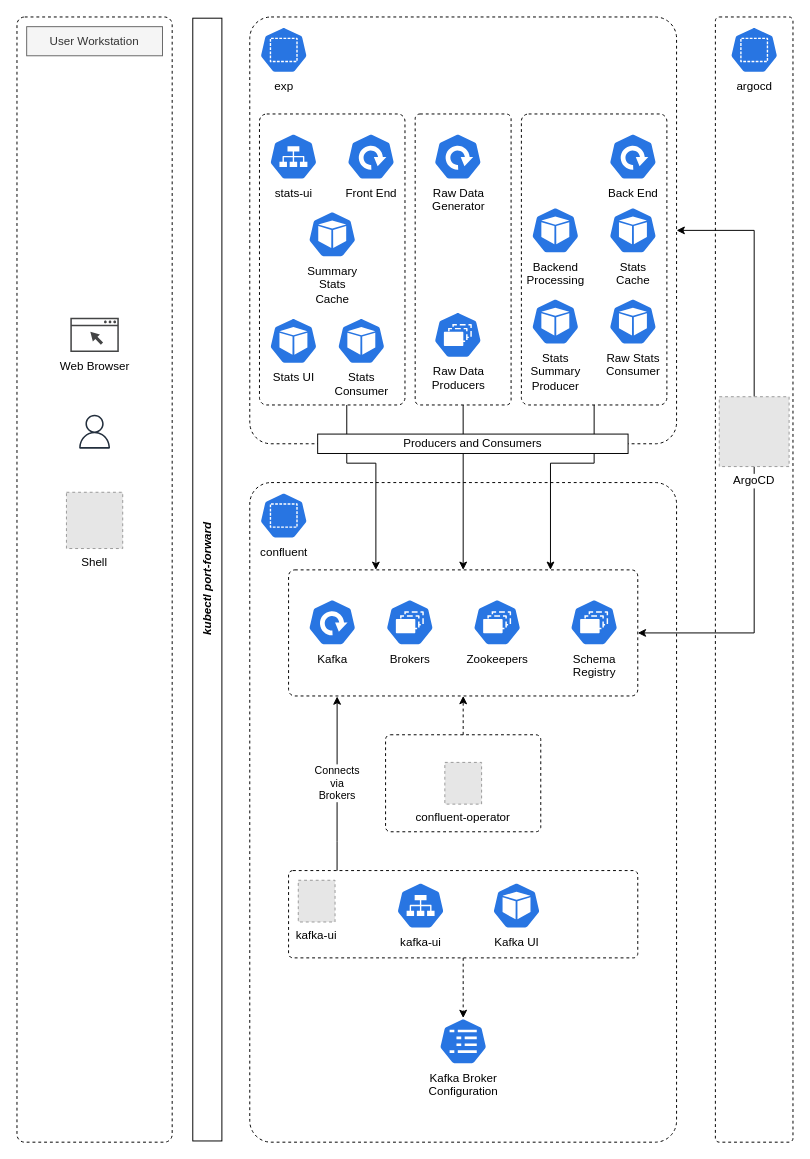
The draw.io diagram diagrams/experimental-design.drawio in nicc777/k8s-kafka-experiment, before the edit. Source tidied: cells renumbered, new cells numbered last; positions are measured from the earlier drawing's top-left corner, leaving out a move shared by most shapes. Both pictures are drawn from the tidied source at 97%, with x=0, y=0 at pixel (-354, 16). Pictures stored in the file or linked from it are replaced by grey dashed boxes.
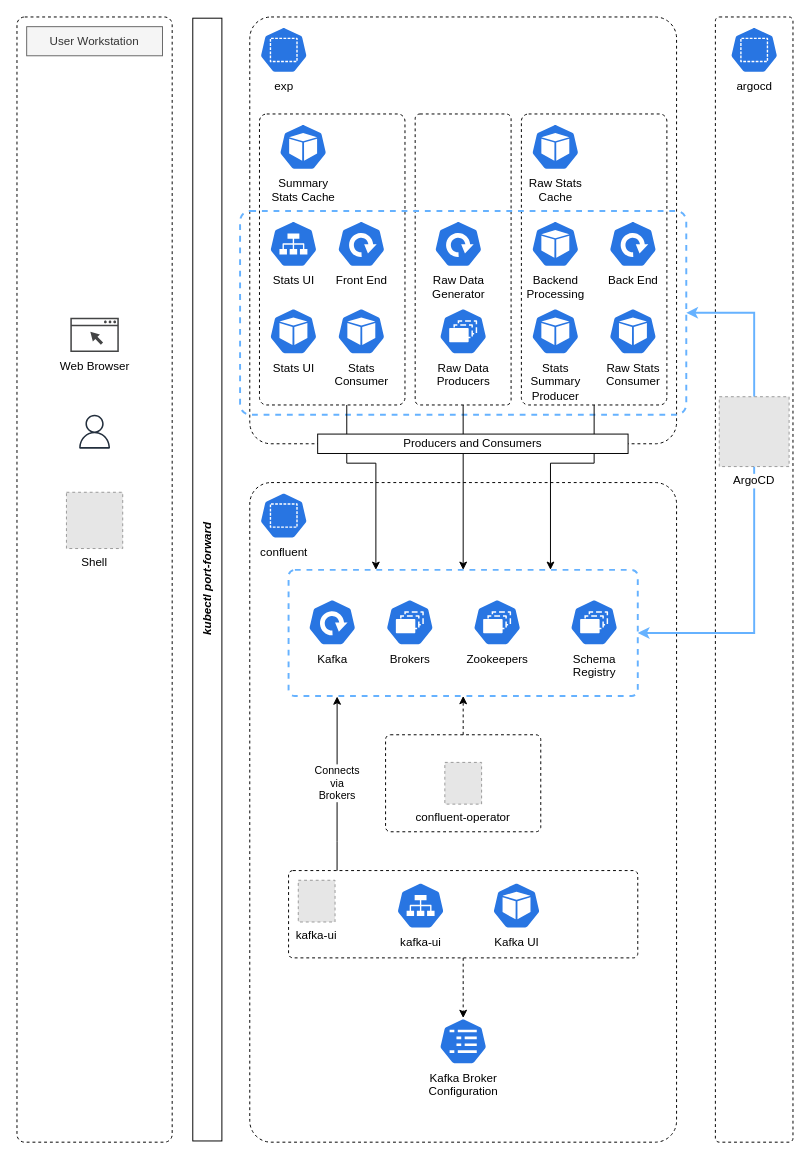
The same diagram, later.

The change refers to these unchanged cells:
```xml
<mxCell id="2" style="rounded=1;whiteSpace=wrap;html=1;arcSize=5;dashed=1;fillColor=none;" parent="1" vertex="1">
  <mxGeometry x="622" width="440" height="440" as="geometry" />
</mxCell>
<mxCell id="32" value="ArgoCD" style="fillColor=#E6E6E6;strokeColor=#999999;dashed=1;verticalLabelPosition=bottom;labelBackgroundColor=default;verticalAlign=top;" parent="1" vertex="1">
  <mxGeometry x="1106" y="391.5" width="72" height="72" as="geometry" />
</mxCell>
```

The edit, as a diff of the source:
```diff
@@
+    <mxCell id="5" style="rounded=1;whiteSpace=wrap;html=1;arcSize=5;dashed=1;fillColor=none;" parent="1" vertex="1">
+      <mxGeometry x="792.5" y="100" width="98.9" height="300" as="geometry" />
+    </mxCell>
+    <mxCell id="42" style="rounded=1;whiteSpace=wrap;html=1;arcSize=5;dashed=1;fillColor=none;" parent="1" vertex="1">
+      <mxGeometry x="902" y="100" width="150" height="300" as="geometry" />
+    </mxCell>
+    <mxCell id="51" style="rounded=1;whiteSpace=wrap;html=1;arcSize=5;dashed=1;fillColor=none;strokeColor=#66B2FF;strokeWidth=2;" parent="1" vertex="1">
+      <mxGeometry x="612" y="200" width="460" height="210" as="geometry" />
+    </mxCell>
@@
-    <mxCell id="5" style="rounded=1;whiteSpace=wrap;html=1;arcSize=5;dashed=1;fillColor=none;" parent="1" vertex="1">
-      <mxGeometry x="792.5" y="100" width="98.9" height="300" as="geometry" />
-    </mxCell>
@@
-    <mxCell id="11" style="rounded=1;whiteSpace=wrap;html=1;arcSize=5;dashed=1;fillColor=none;" parent="1" vertex="1">
+    <mxCell id="11" style="rounded=1;whiteSpace=wrap;html=1;arcSize=5;dashed=1;fillColor=none;strokeColor=#66B2FF;strokeWidth=2;" parent="1" vertex="1">
       <mxGeometry x="662" y="570" width="360" height="130" as="geometry" />
     </mxCell>
@@
     <mxCell id="14" value="Front End" style="sketch=0;html=1;dashed=0;whitespace=wrap;verticalLabelPosition=bottom;verticalAlign=top;fillColor=#2875E2;strokeColor=#ffffff;shape=mxgraph.kubernetes.icon2;prIcon=deploy;" parent="1" vertex="1">
-      <mxGeometry x="722" y="120" width="50" height="48" as="geometry" />
+      <mxGeometry x="712" y="210" width="50" height="48" as="geometry" />
     </mxCell>
-    <mxCell id="15" value="stats-ui" style="sketch=0;html=1;dashed=0;whitespace=wrap;verticalLabelPosition=bottom;verticalAlign=top;fillColor=#2875E2;strokeColor=#ffffff;shape=mxgraph.kubernetes.icon2;prIcon=svc;" parent="1" vertex="1">
-      <mxGeometry x="642" y="120" width="50" height="48" as="geometry" />
+    <mxCell id="15" value="Stats UI" style="sketch=0;html=1;dashed=0;whitespace=wrap;verticalLabelPosition=bottom;verticalAlign=top;fillColor=#2875E2;strokeColor=#ffffff;shape=mxgraph.kubernetes.icon2;prIcon=svc;" parent="1" vertex="1">
+      <mxGeometry x="642" y="210" width="50" height="48" as="geometry" />
     </mxCell>
@@
     <mxCell id="27" value="Stats UI" style="sketch=0;html=1;dashed=0;whitespace=wrap;verticalLabelPosition=bottom;verticalAlign=top;fillColor=#2875E2;strokeColor=#ffffff;shape=mxgraph.kubernetes.icon2;prIcon=pod;" parent="1" vertex="1">
-      <mxGeometry x="642" y="310" width="50" height="48" as="geometry" />
+      <mxGeometry x="642" y="300" width="50" height="48" as="geometry" />
     </mxCell>
@@
-    <mxCell id="30" style="edgeStyle=orthogonalEdgeStyle;rounded=0;jettySize=auto;html=1;entryX=1;entryY=0.5;entryDx=0;entryDy=0;" parent="1" edge="1" source="32" target="2">
-      <mxGeometry relative="1" as="geometry">
-        <Array as="points">
-          <mxPoint x="1142" y="220" />
-        </Array>
-      </mxGeometry>
-    </mxCell>
-    <mxCell id="31" style="edgeStyle=orthogonalEdgeStyle;rounded=0;jettySize=auto;html=1;entryX=1;entryY=0.5;entryDx=0;entryDy=0;" parent="1" edge="1" source="32" target="11">
+    <mxCell id="31" style="edgeStyle=orthogonalEdgeStyle;rounded=0;jettySize=auto;html=1;entryX=1;entryY=0.5;entryDx=0;entryDy=0;strokeColor=#66B2FF;strokeWidth=2;" parent="1" edge="1" source="32" target="11">
       <mxGeometry relative="1" as="geometry">
         <Array as="points">
           <mxPoint x="1142" y="635" />
         </Array>
       </mxGeometry>
     </mxCell>
+    <mxCell id="52" style="edgeStyle=orthogonalEdgeStyle;rounded=0;jettySize=auto;html=1;entryX=1;entryY=0.5;entryDx=0;entryDy=0;strokeColor=#66B2FF;strokeWidth=2;" parent="1" edge="1" source="32" target="51">
+      <mxGeometry relative="1" as="geometry">
+        <Array as="points">
+          <mxPoint x="1142" y="305" />
+        </Array>
+      </mxGeometry>
+    </mxCell>
@@
     <mxCell id="37" value="&lt;div&gt;Raw Data&lt;/div&gt;Generator" style="sketch=0;html=1;dashed=0;whitespace=wrap;verticalLabelPosition=bottom;verticalAlign=top;fillColor=#2875E2;strokeColor=#ffffff;shape=mxgraph.kubernetes.icon2;prIcon=deploy;" parent="1" vertex="1">
-      <mxGeometry x="811.5" y="120" width="50" height="48" as="geometry" />
+      <mxGeometry x="812" y="210" width="50" height="48" as="geometry" />
     </mxCell>
     <mxCell id="38" value="&lt;div&gt;Raw Data&lt;/div&gt;Producers" style="sketch=0;html=1;dashed=0;whitespace=wrap;verticalLabelPosition=bottom;verticalAlign=top;fillColor=#2875E2;strokeColor=#ffffff;shape=mxgraph.kubernetes.icon2;prIcon=rs;" parent="1" vertex="1">
-      <mxGeometry x="811.5" y="303.8" width="50" height="48" as="geometry" />
+      <mxGeometry x="817" y="300" width="50" height="48" as="geometry" />
     </mxCell>
     <mxCell id="39" value="Stats&lt;div&gt;Consumer&lt;/div&gt;" style="sketch=0;html=1;dashed=0;whitespace=wrap;verticalLabelPosition=bottom;verticalAlign=top;fillColor=#2875E2;strokeColor=#ffffff;shape=mxgraph.kubernetes.icon2;prIcon=pod;" parent="1" vertex="1">
-      <mxGeometry x="712" y="310" width="50" height="48" as="geometry" />
+      <mxGeometry x="712" y="300" width="50" height="48" as="geometry" />
     </mxCell>
-    <mxCell id="40" value="Summary&lt;div&gt;Stats&lt;div&gt;Cache&lt;/div&gt;&lt;/div&gt;" style="sketch=0;html=1;dashed=0;whitespace=wrap;verticalLabelPosition=bottom;verticalAlign=top;fillColor=#2875E2;strokeColor=#ffffff;shape=mxgraph.kubernetes.icon2;prIcon=pod;" parent="1" vertex="1">
-      <mxGeometry x="682" y="200" width="50" height="48" as="geometry" />
+    <mxCell id="40" value="Summary&lt;div&gt;Stats&amp;nbsp;&lt;span style=&quot;background-color: initial;&quot;&gt;Cache&lt;/span&gt;&lt;/div&gt;" style="sketch=0;html=1;dashed=0;whitespace=wrap;verticalLabelPosition=bottom;verticalAlign=top;fillColor=#2875E2;strokeColor=#ffffff;shape=mxgraph.kubernetes.icon2;prIcon=pod;" parent="1" vertex="1">
+      <mxGeometry x="652" y="110" width="50" height="48" as="geometry" />
     </mxCell>
@@
-    <mxCell id="42" style="rounded=1;whiteSpace=wrap;html=1;arcSize=5;dashed=1;fillColor=none;" parent="1" vertex="1">
-      <mxGeometry x="902" y="100" width="150" height="300" as="geometry" />
-    </mxCell>
     <mxCell id="43" value="Back End" style="sketch=0;html=1;dashed=0;whitespace=wrap;verticalLabelPosition=bottom;verticalAlign=top;fillColor=#2875E2;strokeColor=#ffffff;shape=mxgraph.kubernetes.icon2;prIcon=deploy;" parent="1" vertex="1">
-      <mxGeometry x="992" y="120" width="50" height="48" as="geometry" />
+      <mxGeometry x="992" y="210" width="50" height="48" as="geometry" />
     </mxCell>
     <mxCell id="44" value="Stats&lt;div&gt;Summary&lt;/div&gt;&lt;div&gt;Producer&lt;/div&gt;" style="sketch=0;html=1;dashed=0;whitespace=wrap;verticalLabelPosition=bottom;verticalAlign=top;fillColor=#2875E2;strokeColor=#ffffff;shape=mxgraph.kubernetes.icon2;prIcon=pod;" parent="1" vertex="1">
-      <mxGeometry x="912" y="290" width="50" height="48" as="geometry" />
+      <mxGeometry x="912" y="300" width="50" height="48" as="geometry" />
     </mxCell>
     <mxCell id="45" value="Raw Stats&lt;div&gt;Consumer&lt;/div&gt;" style="sketch=0;html=1;dashed=0;whitespace=wrap;verticalLabelPosition=bottom;verticalAlign=top;fillColor=#2875E2;strokeColor=#ffffff;shape=mxgraph.kubernetes.icon2;prIcon=pod;" parent="1" vertex="1">
-      <mxGeometry x="992" y="290" width="50" height="48" as="geometry" />
+      <mxGeometry x="992" y="300" width="50" height="48" as="geometry" />
     </mxCell>
-    <mxCell id="46" value="Stats&lt;div&gt;Cache&lt;/div&gt;" style="sketch=0;html=1;dashed=0;whitespace=wrap;verticalLabelPosition=bottom;verticalAlign=top;fillColor=#2875E2;strokeColor=#ffffff;shape=mxgraph.kubernetes.icon2;prIcon=pod;" parent="1" vertex="1">
-      <mxGeometry x="992" y="196" width="50" height="48" as="geometry" />
+    <mxCell id="46" value="Raw Stats&lt;div&gt;Cache&lt;/div&gt;" style="sketch=0;html=1;dashed=0;whitespace=wrap;verticalLabelPosition=bottom;verticalAlign=top;fillColor=#2875E2;strokeColor=#ffffff;shape=mxgraph.kubernetes.icon2;prIcon=pod;" parent="1" vertex="1">
+      <mxGeometry x="912" y="110" width="50" height="48" as="geometry" />
     </mxCell>
     <mxCell id="47" value="Backend&lt;div&gt;Processing&lt;/div&gt;" style="sketch=0;html=1;dashed=0;whitespace=wrap;verticalLabelPosition=bottom;verticalAlign=top;fillColor=#2875E2;strokeColor=#ffffff;shape=mxgraph.kubernetes.icon2;prIcon=pod;" parent="1" vertex="1">
-      <mxGeometry x="912" y="196" width="50" height="48" as="geometry" />
+      <mxGeometry x="912" y="210" width="50" height="48" as="geometry" />
     </mxCell>
```
